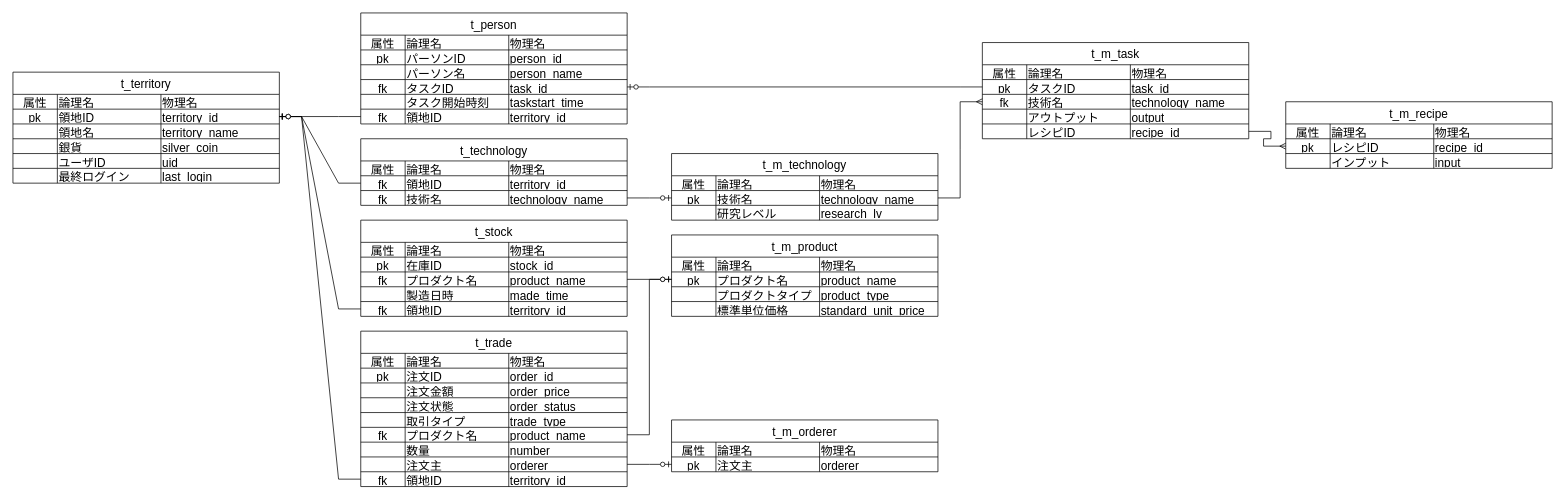
Earlier version of the draw.io diagram page "ER" (1 of 2) of table.drawio (T-Miyaoka/geeklog). Source tidied: cells renumbered, new cells numbered last; positions are measured from the earlier drawing's top-left corner, leaving out a move shared by most shapes. Both pictures are drawn from the tidied source at 74%, with x=0, y=0 at pixel (13, 13).
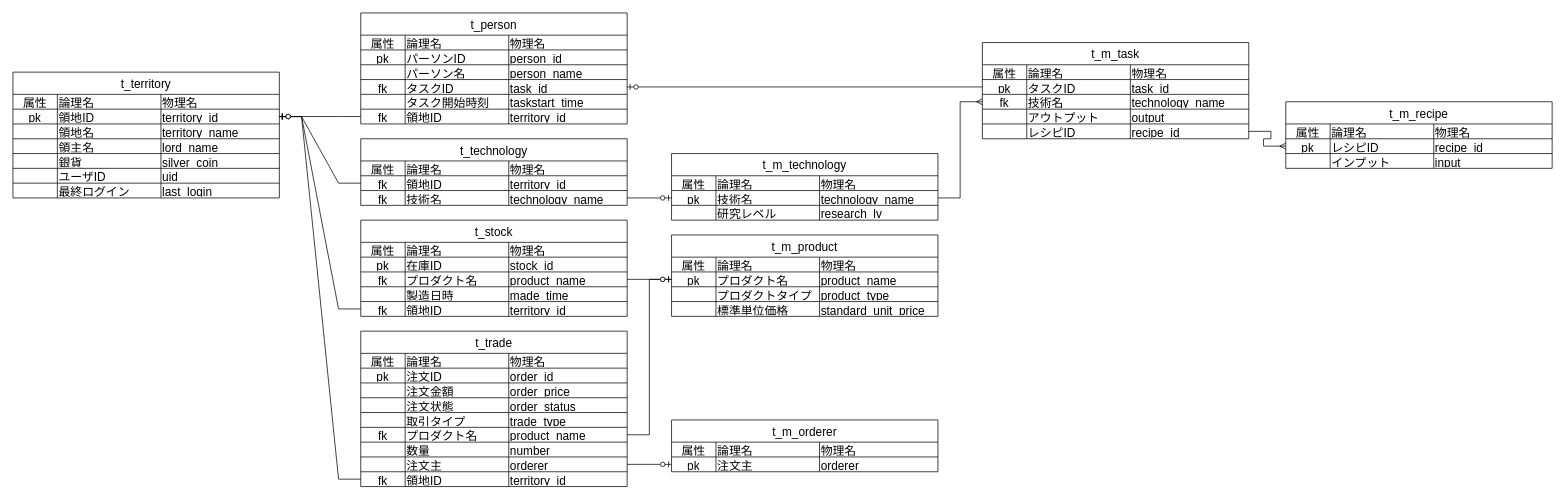
The same diagram, later.

What changed in the source:
```diff
@@
     <mxCell id="2" value="t_territory" style="shape=table;startSize=30;childLayout=tableLayout;strokeColor=default;fontSize=16;align=center;" parent="1" vertex="1">
-      <mxGeometry y="80" width="360" height="150" as="geometry" />
+      <mxGeometry y="80" width="360" height="170" as="geometry" />
     </mxCell>
@@
+    <mxCell id="207" style="shape=tableRow;horizontal=0;startSize=0;swimlaneHead=0;swimlaneBody=0;strokeColor=inherit;top=0;left=0;bottom=0;right=0;fillColor=none;fontSize=16;" parent="2" vertex="1">
+      <mxGeometry y="90" width="360" height="20" as="geometry" />
+    </mxCell>
+    <mxCell id="208" style="shape=partialRectangle;html=1;whiteSpace=wrap;strokeColor=inherit;overflow=hidden;fillColor=none;top=0;left=0;bottom=0;right=0;fontSize=16;" parent="207" vertex="1">
+      <mxGeometry width="60" height="20" as="geometry" />
+    </mxCell>
+    <mxCell id="209" value="領主名" style="shape=partialRectangle;html=1;whiteSpace=wrap;strokeColor=inherit;overflow=hidden;fillColor=none;top=0;left=0;bottom=0;right=0;fontSize=16;align=left;" parent="207" vertex="1">
+      <mxGeometry x="60" width="140" height="20" as="geometry" />
+    </mxCell>
+    <mxCell id="210" value="lord_name" style="shape=partialRectangle;html=1;whiteSpace=wrap;strokeColor=inherit;overflow=hidden;fillColor=none;top=0;left=0;bottom=0;right=0;fontSize=16;align=left;" parent="207" vertex="1">
+      <mxGeometry x="200" width="160" height="20" as="geometry" />
+    </mxCell>
     <mxCell id="15" style="shape=tableRow;horizontal=0;startSize=0;swimlaneHead=0;swimlaneBody=0;strokeColor=inherit;top=0;left=0;bottom=0;right=0;fillColor=none;fontSize=16;" parent="2" vertex="1">
-      <mxGeometry y="90" width="360" height="20" as="geometry" />
+      <mxGeometry y="110" width="360" height="20" as="geometry" />
     </mxCell>
@@
     <mxCell id="19" style="shape=tableRow;horizontal=0;startSize=0;swimlaneHead=0;swimlaneBody=0;strokeColor=inherit;top=0;left=0;bottom=0;right=0;fillColor=none;fontSize=16;" parent="2" vertex="1">
-      <mxGeometry y="110" width="360" height="20" as="geometry" />
+      <mxGeometry y="130" width="360" height="20" as="geometry" />
     </mxCell>
@@
     <mxCell id="23" style="shape=tableRow;horizontal=0;startSize=0;swimlaneHead=0;swimlaneBody=0;strokeColor=inherit;top=0;left=0;bottom=0;right=0;fillColor=none;fontSize=16;" parent="2" vertex="1">
-      <mxGeometry y="130" width="360" height="20" as="geometry" />
+      <mxGeometry y="150" width="360" height="20" as="geometry" />
     </mxCell>
```
